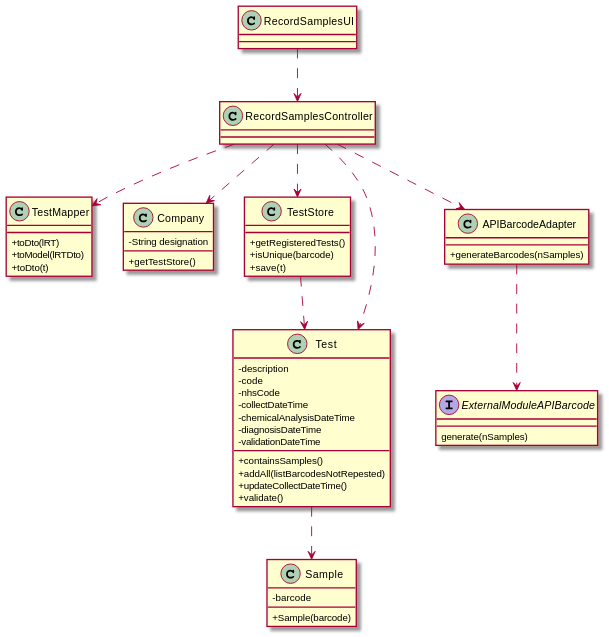
Earlier version of the PlantUML export docs/SprintC/US05/US05-CD.svg (0franciscor/lei-21-s2-1de-g19).
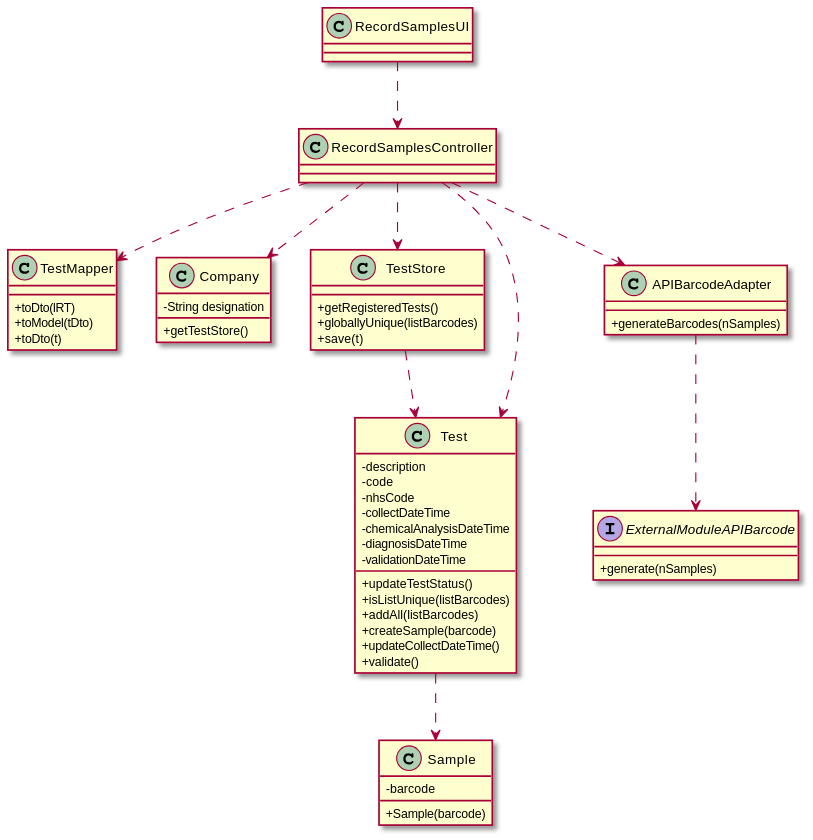
Above is the later version.

Diff of the diagram source:
```diff
@@ -9,7 +9,7 @@
 
 class TestMapper{
   +toDto(lRT)
-  +toModel(lRTDto)
+  +toModel(tDto)
   +toDto(t)
 }
 
@@ -20,7 +20,7 @@
 
 class TestStore{
   +getRegisteredTests()
-  +isUnique(barcode)
+  +globallyUnique(listBarcodes)
   +save(t)
 }
 
@@ -32,8 +32,10 @@
   -chemicalAnalysisDateTime
   -diagnosisDateTime
   -validationDateTime
-  +containsSamples()
-  +addAll(listBarcodesNotRepested)
+  +updateTestStatus()
+  +isListUnique(listBarcodes)
+  +addAll(listBarcodes)
+  +createSample(barcode)
   +updateCollectDateTime()
   +validate()
 }
@@ -43,7 +45,7 @@
 }
 
 interface ExternalModuleAPIBarcode{
-  generate(nSamples)
+  +generate(nSamples)
 }
 
 class Sample{
```
